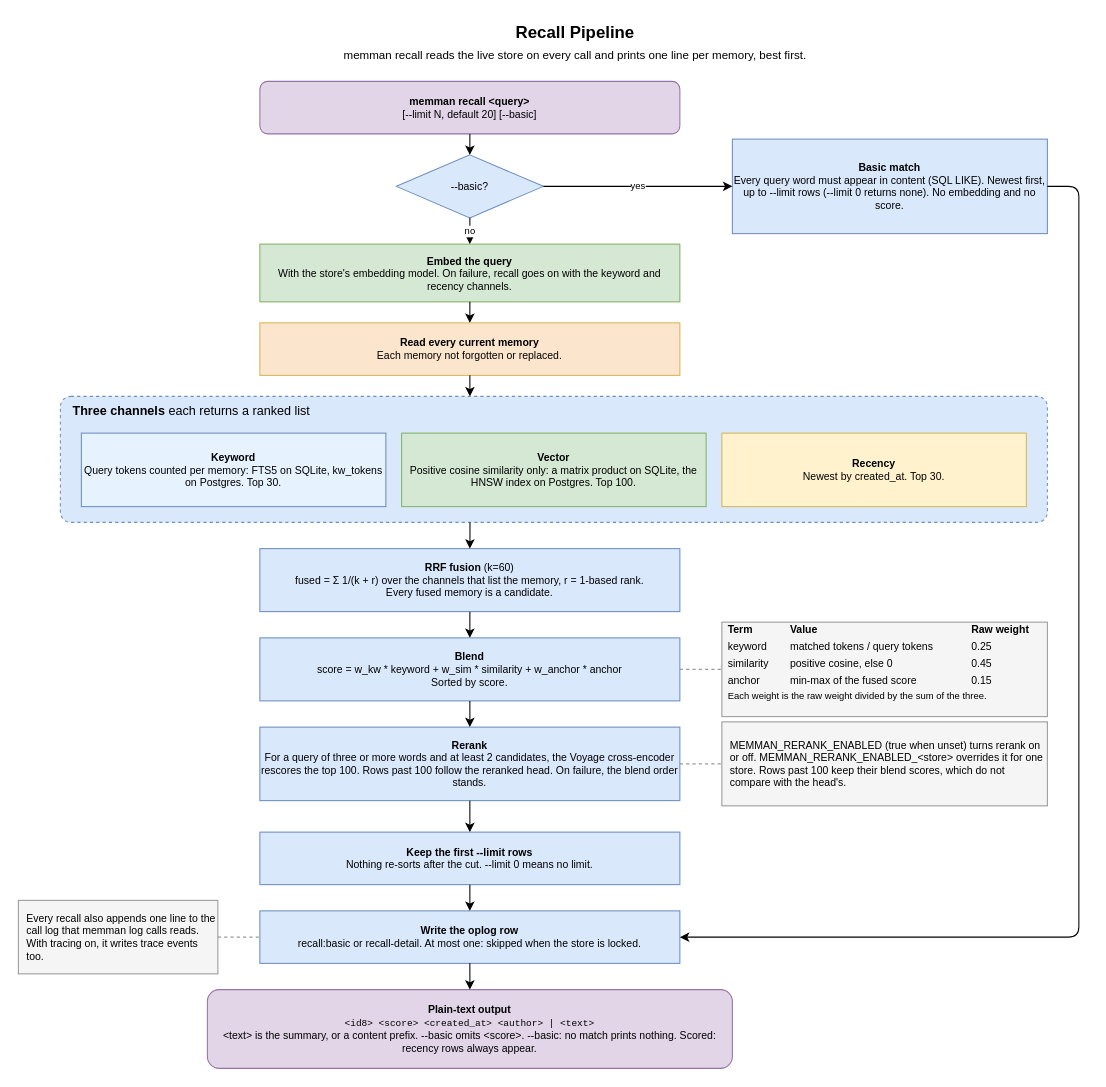
The draw.io diagram docs/diagrams/05-recall-pipeline.drawio in bissli/memman, before the edit. Source tidied: cells renumbered, new cells numbered last; positions are measured from the earlier drawing's top-left corner, leaving out a move shared by most shapes. Both pictures are drawn from the tidied source at 105%, with x=0, y=0 at pixel (18, 18).
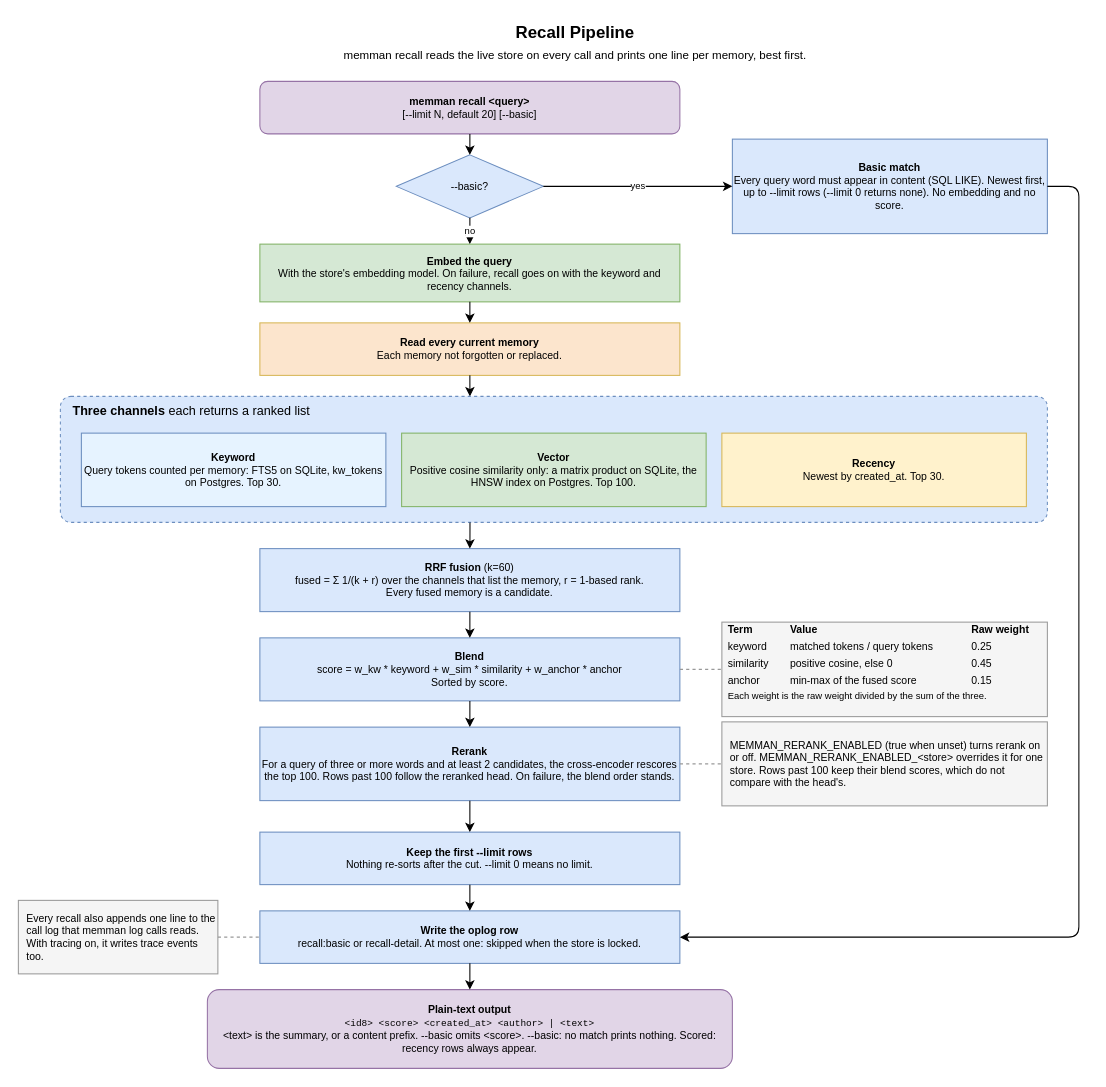
After the change.

The edit, as a diff of the source:
```diff
@@
-    <mxCell id="15" value="&lt;b&gt;Rerank&lt;/b&gt;&lt;br&gt;For a query of three or more words and at least 2 candidates, the Voyage cross-encoder rescores the top 100. Rows past 100 follow the reranked head. On failure, the blend order stands." style="rounded=0;whiteSpace=wrap;html=1;fillColor=#dae8fc;strokeColor=#6c8ebf;fontSize=10;" parent="1" vertex="1">
+    <mxCell id="15" value="&lt;b&gt;Rerank&lt;/b&gt;&lt;br&gt;For a query of three or more words and at least 2 candidates, the cross-encoder rescores the top 100. Rows past 100 follow the reranked head. On failure, the blend order stands." style="rounded=0;whiteSpace=wrap;html=1;fillColor=#dae8fc;strokeColor=#6c8ebf;fontSize=10;" parent="1" vertex="1">
       <mxGeometry x="230" y="675" width="400" height="70" as="geometry" />
     </mxCell>
```
